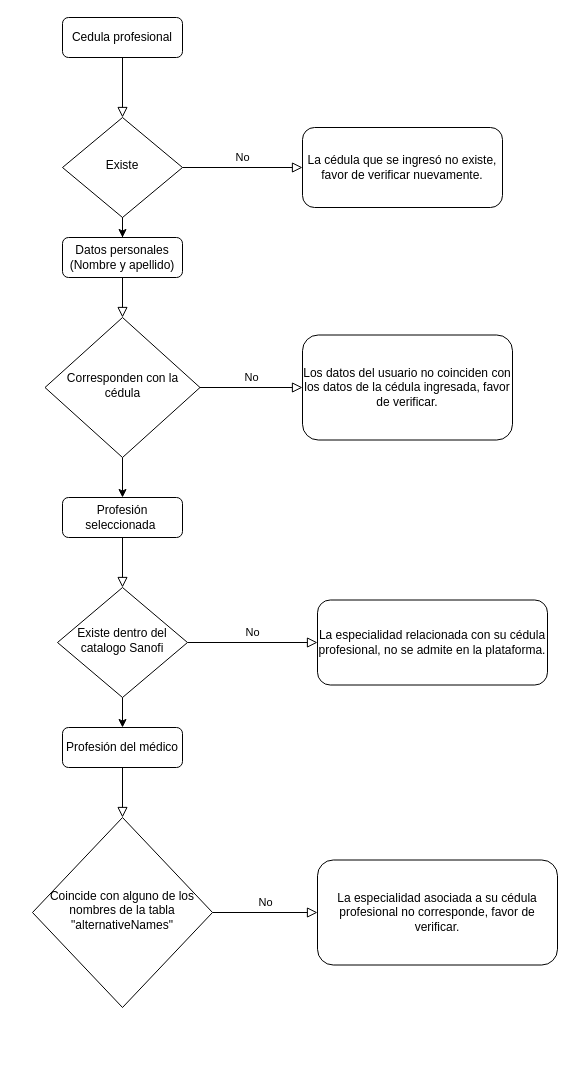
The draw.io diagram Diagrama sin título.drawio in JeovannyNava/MyFirstApp, before the edit. Source tidied: cells renumbered, new cells numbered last; positions are measured from the earlier drawing's top-left corner, leaving out a move shared by most shapes. Both pictures are drawn from the tidied source at 100%, with x=0, y=0 at pixel (32, 17).
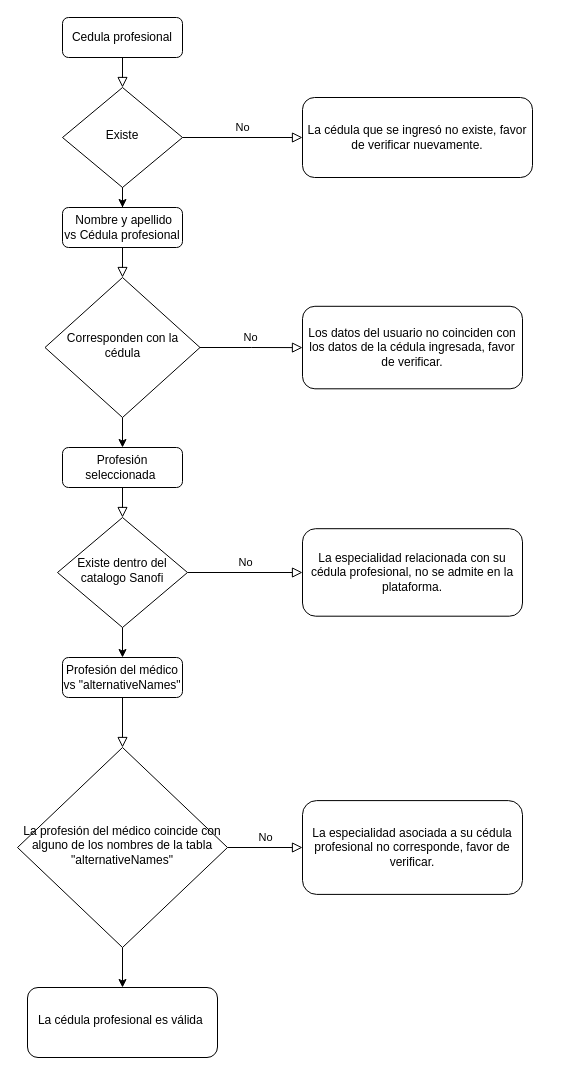
Above is the later version.

Diff of the diagram source:
```diff
@@
     <mxCell id="6" value="Existe" style="rhombus;whiteSpace=wrap;html=1;shadow=0;fontFamily=Helvetica;fontSize=12;align=center;strokeWidth=1;spacing=6;spacingTop=-4;" parent="1" vertex="1">
-      <mxGeometry x="30" y="100" width="120" height="100" as="geometry" />
+      <mxGeometry x="30" y="70" width="120" height="100" as="geometry" />
     </mxCell>
     <mxCell id="7" value="La cédula que se ingresó no existe, favor de verificar nuevamente." style="rounded=1;whiteSpace=wrap;html=1;fontSize=12;glass=0;strokeWidth=1;shadow=0;" parent="1" vertex="1">
-      <mxGeometry x="270" y="110" width="200" height="80" as="geometry" />
+      <mxGeometry x="270" y="80" width="230" height="80" as="geometry" />
     </mxCell>
@@
-    <mxCell id="9" value="Datos personales (Nombre y apellido)" style="rounded=1;whiteSpace=wrap;html=1;fontSize=12;glass=0;strokeWidth=1;shadow=0;" parent="1" vertex="1">
-      <mxGeometry x="30" y="220" width="120" height="40" as="geometry" />
+    <mxCell id="9" value="&amp;nbsp;Nombre y apellido&lt;br&gt;vs Cédula profesional" style="rounded=1;whiteSpace=wrap;html=1;fontSize=12;glass=0;strokeWidth=1;shadow=0;" parent="1" vertex="1">
+      <mxGeometry x="30" y="190" width="120" height="40" as="geometry" />
     </mxCell>
@@
     <mxCell id="12" value="Corresponden con la cédula" style="rhombus;whiteSpace=wrap;html=1;shadow=0;fontFamily=Helvetica;fontSize=12;align=center;strokeWidth=1;spacing=6;spacingTop=-4;" parent="1" vertex="1">
-      <mxGeometry x="12.5" y="300" width="155" height="140" as="geometry" />
+      <mxGeometry x="12.5" y="260" width="155" height="140" as="geometry" />
     </mxCell>
     <mxCell id="13" value="Los datos del usuario no coinciden con los datos de la cédula ingresada, favor de verificar." style="rounded=1;whiteSpace=wrap;html=1;fontSize=12;glass=0;strokeWidth=1;shadow=0;" parent="1" vertex="1">
-      <mxGeometry x="270" y="317.5" width="210" height="105" as="geometry" />
+      <mxGeometry x="270" y="288.8" width="220" height="82.5" as="geometry" />
     </mxCell>
@@
     <mxCell id="15" value="Profesión seleccionada&amp;nbsp;" style="rounded=1;whiteSpace=wrap;html=1;fontSize=12;glass=0;strokeWidth=1;shadow=0;" parent="1" vertex="1">
-      <mxGeometry x="30" y="480" width="120" height="40" as="geometry" />
+      <mxGeometry x="30" y="430" width="120" height="40" as="geometry" />
     </mxCell>
@@
     <mxCell id="18" value="Existe dentro del catalogo Sanofi" style="rhombus;whiteSpace=wrap;html=1;shadow=0;fontFamily=Helvetica;fontSize=12;align=center;strokeWidth=1;spacing=6;spacingTop=-4;" parent="1" vertex="1">
-      <mxGeometry x="25" y="570" width="130" height="110" as="geometry" />
+      <mxGeometry x="25" y="500" width="130" height="110" as="geometry" />
     </mxCell>
     <mxCell id="19" value="La especialidad relacionada con su cédula profesional, no se admite en la plataforma." style="rounded=1;whiteSpace=wrap;html=1;fontSize=12;glass=0;strokeWidth=1;shadow=0;" parent="1" vertex="1">
-      <mxGeometry x="285" y="582.5" width="230" height="85" as="geometry" />
+      <mxGeometry x="270" y="511.2" width="220" height="87.5" as="geometry" />
     </mxCell>
@@
-    <mxCell id="21" value="Profesión del médico" style="rounded=1;whiteSpace=wrap;html=1;fontSize=12;glass=0;strokeWidth=1;shadow=0;" parent="1" vertex="1">
-      <mxGeometry x="30" y="710" width="120" height="40" as="geometry" />
+    <mxCell id="21" value="Profesión del médico&lt;br&gt;vs &quot;alternativeNames&quot;" style="rounded=1;whiteSpace=wrap;html=1;fontSize=12;glass=0;strokeWidth=1;shadow=0;" parent="1" vertex="1">
+      <mxGeometry x="30" y="640" width="120" height="40" as="geometry" />
     </mxCell>
@@
+    <mxCell id="25" style="edgeStyle=orthogonalEdgeStyle;rounded=0;jettySize=auto;html=1;" parent="1" edge="1" source="23" target="26">
+      <mxGeometry relative="1" as="geometry" />
+    </mxCell>
-    <mxCell id="23" value="Coincide con alguno de los nombres de la tabla &quot;alternativeNames&quot;" style="rhombus;whiteSpace=wrap;html=1;shadow=0;fontFamily=Helvetica;fontSize=12;align=center;strokeWidth=1;spacing=6;spacingTop=-4;" parent="1" vertex="1">
-      <mxGeometry y="800" width="180" height="190" as="geometry" />
+    <mxCell id="23" value="La profesión del médico coincide con alguno de los nombres de la tabla &quot;alternativeNames&quot;" style="rhombus;whiteSpace=wrap;html=1;shadow=0;fontFamily=Helvetica;fontSize=12;align=center;strokeWidth=1;spacing=6;spacingTop=-4;" parent="1" vertex="1">
+      <mxGeometry x="-15" y="730" width="210" height="200" as="geometry" />
     </mxCell>
     <mxCell id="24" value="La especialidad asociada a su cédula profesional no corresponde, favor de verificar." style="rounded=1;whiteSpace=wrap;html=1;fontSize=12;glass=0;strokeWidth=1;shadow=0;" parent="1" vertex="1">
-      <mxGeometry x="285" y="842.5" width="240" height="105" as="geometry" />
+      <mxGeometry x="270" y="783.1" width="220" height="93.8" as="geometry" />
     </mxCell>
+    <mxCell id="26" value="La cédula profesional es válida&amp;nbsp;" style="rounded=1;whiteSpace=wrap;html=1;shadow=0;strokeWidth=1;spacing=6;spacingTop=-4;" parent="1" vertex="1">
+      <mxGeometry x="-5" y="970" width="190" height="70" as="geometry" />
+    </mxCell>
```
